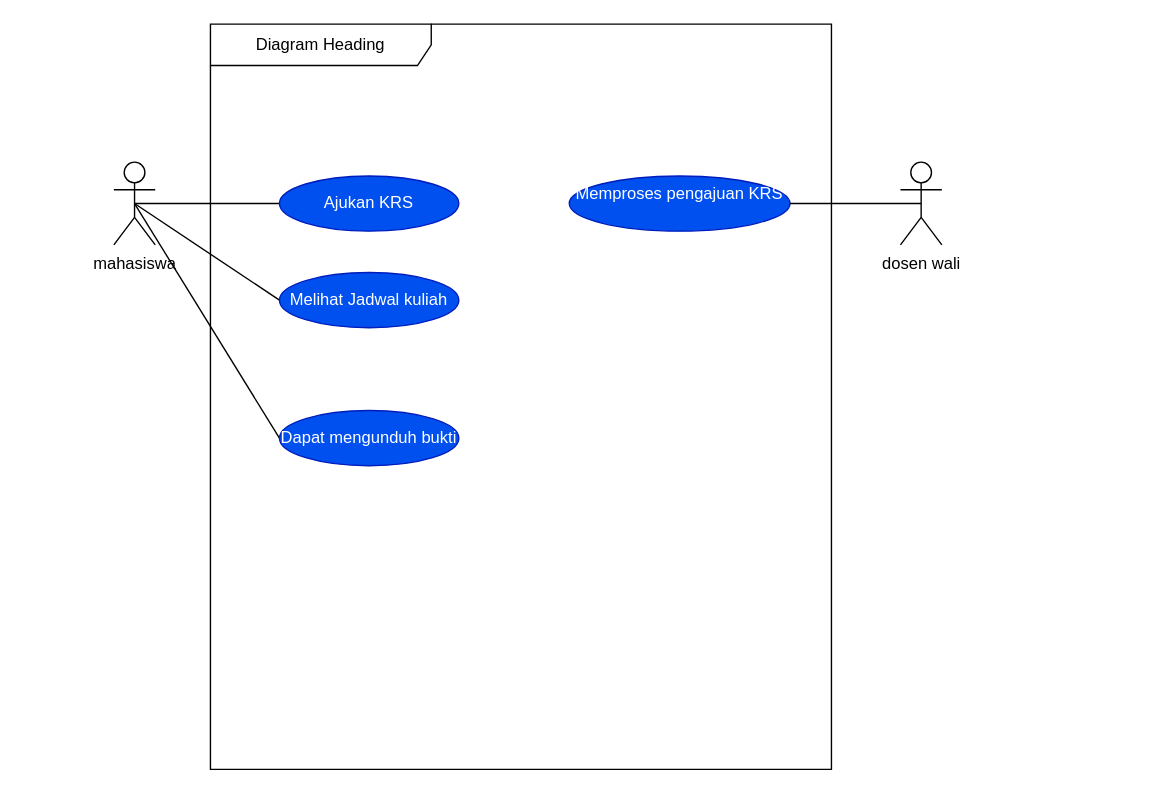
Before: 03_latihan_tools/P03/SIA/P03_2406006_usecase_v01.drawio in RahmatAP/IFRWP5149_2406006_LabAlat, a draw.io diagram. Source tidied: cells renumbered, new cells numbered last; positions are measured from the earlier drawing's top-left corner, leaving out a move shared by most shapes. Both pictures are drawn from the tidied source at 138%, with x=0, y=0 at pixel (113, 23).
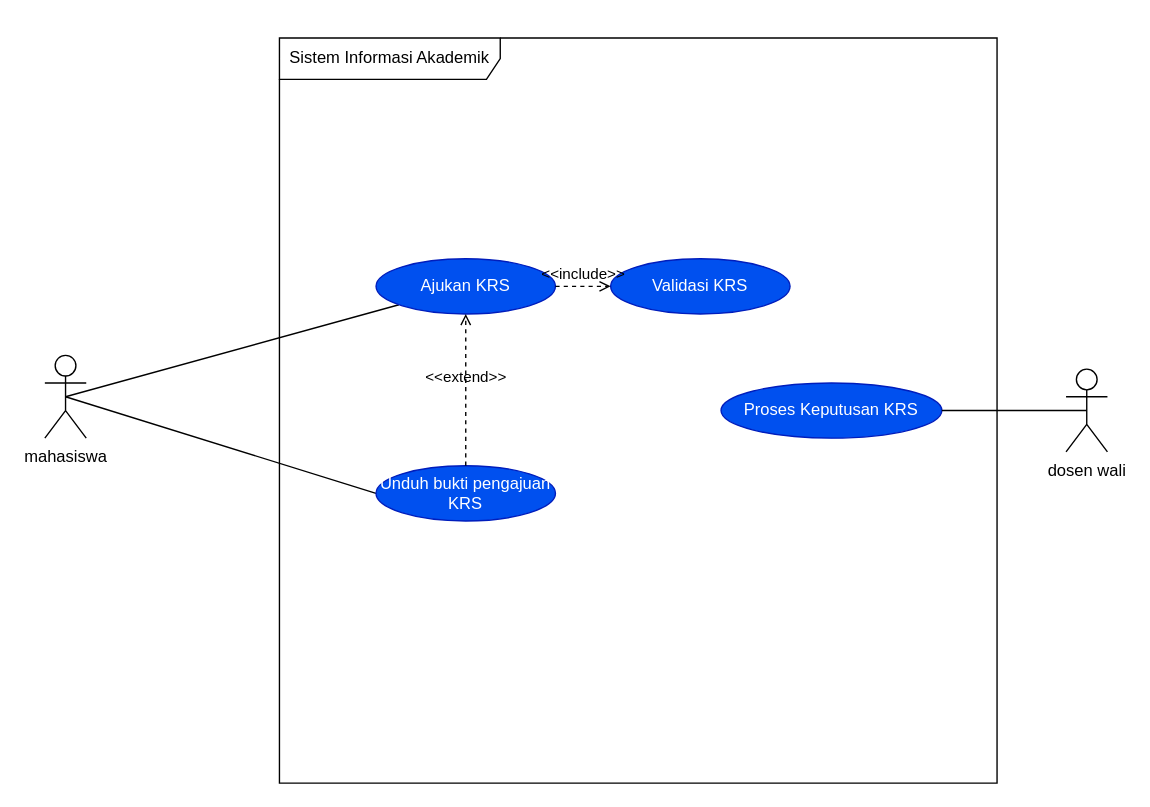
Above is the later version.

Commit message (it also covers changes not shown here):
Use Case Diagram

Diff of the diagram source:
```diff
@@
 <mxGraphModel>
   <root>
     <mxCell id="0" />
     <mxCell id="1" parent="0" />
     <mxCell id="2" value="dosen wali" style="shape=umlActor;verticalLabelPosition=bottom;verticalAlign=top;html=1;outlineConnect=0;" parent="1" vertex="1">
-      <mxGeometry x="570" y="100" width="30" height="60" as="geometry" />
+      <mxGeometry x="690" y="250" width="30" height="60" as="geometry" />
     </mxCell>
     <mxCell id="3" style="rounded=0;jettySize=auto;html=1;exitX=0.5;exitY=0.5;exitDx=0;exitDy=0;exitPerimeter=0;endArrow=none;endFill=0;" parent="1" edge="1" source="6" target="8">
       <mxGeometry relative="1" as="geometry" />
     </mxCell>
-    <mxCell id="4" style="rounded=0;jettySize=auto;html=1;exitX=0.5;exitY=0.5;exitDx=0;exitDy=0;exitPerimeter=0;entryX=0;entryY=0.5;entryDx=0;entryDy=0;endArrow=none;endFill=0;" parent="1" edge="1" source="6" target="10">
-      <mxGeometry relative="1" as="geometry" />
-    </mxCell>
     <mxCell id="5" style="rounded=0;jettySize=auto;html=1;exitX=0.5;exitY=0.5;exitDx=0;exitDy=0;exitPerimeter=0;entryX=0;entryY=0.5;entryDx=0;entryDy=0;endArrow=none;endFill=0;" parent="1" edge="1" source="6" target="9">
       <mxGeometry relative="1" as="geometry" />
     </mxCell>
     <mxCell id="6" value="mahasiswa" style="shape=umlActor;verticalLabelPosition=bottom;verticalAlign=top;html=1;outlineConnect=0;" parent="1" vertex="1">
-      <mxGeometry y="100" width="30" height="60" as="geometry" />
+      <mxGeometry x="-50" y="240" width="30" height="60" as="geometry" />
     </mxCell>
-    <mxCell id="7" value="Diagram Heading" style="shape=umlFrame;whiteSpace=wrap;html=1;width=160;" parent="1" vertex="1">
-      <mxGeometry x="70" width="450" height="540" as="geometry" />
+    <mxCell id="7" value="Sistem Informasi Akademik" style="shape=umlFrame;whiteSpace=wrap;html=1;width=160;" parent="1" vertex="1">
+      <mxGeometry x="120" y="10" width="520" height="540" as="geometry" />
     </mxCell>
     <mxCell id="8" value="Ajukan KRS" style="ellipse;whiteSpace=wrap;html=1;shapeInside=1;fillColor=#0050ef;fontColor=#ffffff;strokeColor=#001DBC;" parent="7" vertex="1">
-      <mxGeometry x="50" y="110" width="130" height="40" as="geometry" />
+      <mxGeometry x="70" y="160" width="130" height="40" as="geometry" />
     </mxCell>
-    <mxCell id="9" value="Dapat mengunduh bukti" style="ellipse;whiteSpace=wrap;html=1;shapeInside=1;fillColor=#0050ef;fontColor=#ffffff;strokeColor=#001DBC;" parent="7" vertex="1">
-      <mxGeometry x="50" y="280" width="130" height="40" as="geometry" />
+    <mxCell id="9" value="Unduh bukti pengajuan KRS" style="ellipse;whiteSpace=wrap;html=1;shapeInside=1;fillColor=#0050ef;fontColor=#ffffff;strokeColor=#001DBC;" parent="7" vertex="1">
+      <mxGeometry x="70" y="310" width="130" height="40" as="geometry" />
     </mxCell>
-    <mxCell id="10" value="Melihat Jadwal kuliah" style="ellipse;whiteSpace=wrap;html=1;shapeInside=1;fillColor=#0050ef;fontColor=#ffffff;strokeColor=#001DBC;" parent="7" vertex="1">
-      <mxGeometry x="50" y="180" width="130" height="40" as="geometry" />
-    </mxCell>
-    <mxCell id="11" value="Memproses pengajuan KRS&lt;div&gt;&lt;br/&gt;&lt;/div&gt;" style="ellipse;whiteSpace=wrap;html=1;shapeInside=1;fillColor=#0050ef;fontColor=#ffffff;strokeColor=#001DBC;" parent="7" vertex="1">
-      <mxGeometry x="260" y="110" width="160" height="40" as="geometry" />
+    <mxCell id="11" value="Proses Keputusan KRS" style="ellipse;whiteSpace=wrap;html=1;shapeInside=1;fillColor=#0050ef;fontColor=#ffffff;strokeColor=#001DBC;" parent="7" vertex="1">
+      <mxGeometry x="320" y="250" width="160" height="40" as="geometry" />
     </mxCell>
+    <mxCell id="13" value="Validasi KRS" style="ellipse;whiteSpace=wrap;html=1;shapeInside=1;fillColor=#0050ef;fontColor=#ffffff;strokeColor=#001DBC;" parent="7" vertex="1">
+      <mxGeometry x="240" y="160" width="130" height="40" as="geometry" />
+    </mxCell>
+    <mxCell id="14" value="&amp;lt;&amp;lt;include&amp;gt;&amp;gt;" style="html=1;verticalAlign=bottom;labelBackgroundColor=none;endArrow=open;endFill=0;dashed=1;rounded=0;exitX=1;exitY=0.5;exitDx=0;exitDy=0;entryX=0;entryY=0.5;entryDx=0;entryDy=0;" parent="7" edge="1" source="8" target="13">
+      <mxGeometry relative="1" as="geometry" />
+    </mxCell>
+    <mxCell id="15" value="&amp;lt;&amp;lt;extend&amp;gt;&amp;gt;" style="html=1;verticalAlign=bottom;labelBackgroundColor=none;endArrow=open;endFill=0;dashed=1;rounded=0;entryX=0.5;entryY=1;entryDx=0;entryDy=0;" parent="7" edge="1" source="9" target="8">
+      <mxGeometry relative="1" as="geometry" />
+    </mxCell>
     <mxCell id="12" style="rounded=0;jettySize=auto;html=1;exitX=0.5;exitY=0.5;exitDx=0;exitDy=0;exitPerimeter=0;entryX=1;entryY=0.5;entryDx=0;entryDy=0;endArrow=none;endFill=0;" parent="1" edge="1" source="2" target="11">
       <mxGeometry relative="1" as="geometry" />
     </mxCell>
   </root>
 </mxGraphModel>
```
